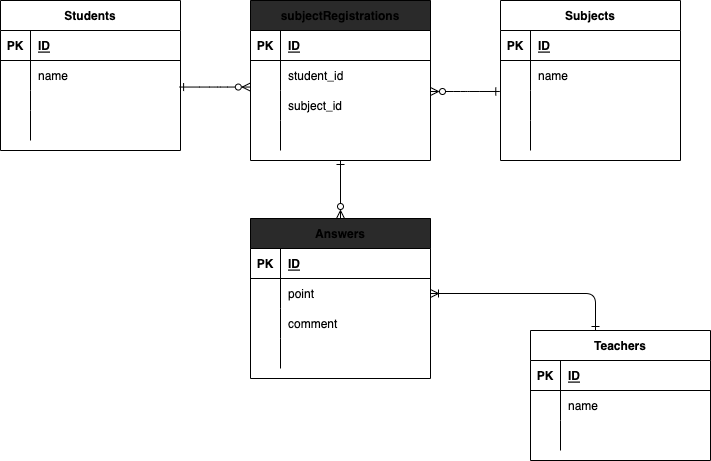
The draw.io diagram index4.drawio.png in norimasano/coachtech_db_test, before a commit. Source tidied: cells renumbered, new cells last; positions are measured from the earlier drawing's top-left corner, leaving out a move shared by most shapes.
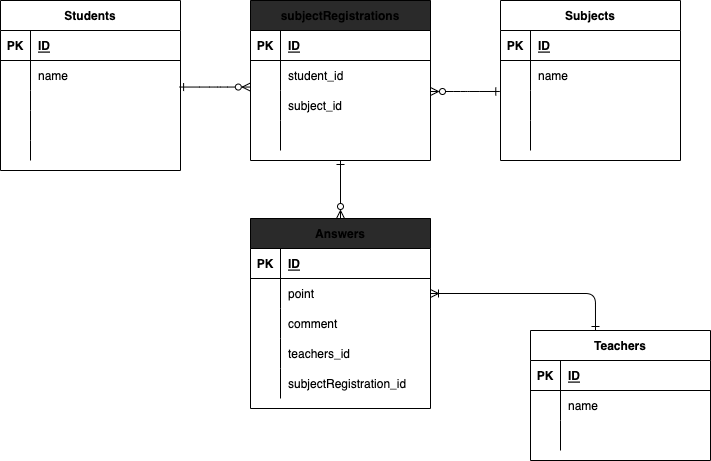
Above is the later version.

The edit, as a diff of the source:
```diff
@@ -3,7 +3,7 @@
     <mxCell id="0" />
     <mxCell id="1" parent="0" />
     <mxCell id="2" value="Students" style="shape=table;startSize=30;rowLines=0;fontStyle=1;align=center;" parent="1" vertex="1">
-      <mxGeometry width="180" height="150" as="geometry" />
+      <mxGeometry width="180" height="170" as="geometry" />
     </mxCell>
     <mxCell id="3" style="shape=partialRectangle;fillColor=none;top=0;left=0;bottom=1;right=0;" parent="2" vertex="1">
       <mxGeometry y="30" width="180" height="30" as="geometry" />
@@ -41,6 +41,15 @@
     <mxCell id="14" style="shape=partialRectangle;fillColor=none;top=0;left=0;bottom=0;right=0;align=left;spacingLeft=6;overflow=hidden;" parent="12" vertex="1">
       <mxGeometry x="30" width="150" height="30" as="geometry" />
     </mxCell>
+    <mxCell id="68" style="shape=partialRectangle;fillColor=none;top=0;left=0;bottom=0;right=0;" parent="2" vertex="1">
+      <mxGeometry y="140" width="180" height="20" as="geometry" />
+    </mxCell>
+    <mxCell id="69" style="shape=partialRectangle;fillColor=none;top=0;left=0;bottom=0;right=0;overflow=hidden;" parent="68" vertex="1">
+      <mxGeometry width="30" height="20" as="geometry" />
+    </mxCell>
+    <mxCell id="70" style="shape=partialRectangle;fillColor=none;top=0;left=0;bottom=0;right=0;align=left;spacingLeft=6;overflow=hidden;" parent="68" vertex="1">
+      <mxGeometry x="30" width="150" height="20" as="geometry" />
+    </mxCell>
     <mxCell id="15" value="Teachers" style="shape=table;startSize=30;rowLines=0;fontStyle=1;align=center;" parent="1" vertex="1">
       <mxGeometry x="530" y="330" width="180" height="130" as="geometry" />
     </mxCell>
@@ -158,7 +167,7 @@
       </mxGeometry>
     </mxCell>
     <mxCell id="53" value="Answers" style="shape=table;startSize=30;rowLines=0;fontStyle=1;align=center;fillColor=#2A2A2A;" parent="1" vertex="1">
-      <mxGeometry x="250" y="218" width="180" height="160" as="geometry" />
+      <mxGeometry x="250" y="218" width="180" height="190" as="geometry" />
     </mxCell>
     <mxCell id="54" style="shape=partialRectangle;fillColor=none;top=0;left=0;bottom=1;right=0;" parent="53" vertex="1">
       <mxGeometry y="30" width="180" height="30" as="geometry" />
@@ -193,9 +202,18 @@
     <mxCell id="64" style="shape=partialRectangle;fillColor=none;top=0;left=0;bottom=0;right=0;overflow=hidden;" parent="63" vertex="1">
       <mxGeometry width="30" height="30" as="geometry" />
     </mxCell>
-    <mxCell id="65" style="shape=partialRectangle;fillColor=none;top=0;left=0;bottom=0;right=0;align=left;spacingLeft=6;overflow=hidden;" parent="63" vertex="1">
+    <mxCell id="65" value="teachers_id" style="shape=partialRectangle;fillColor=none;top=0;left=0;bottom=0;right=0;align=left;spacingLeft=6;overflow=hidden;" parent="63" vertex="1">
       <mxGeometry x="30" width="150" height="30" as="geometry" />
     </mxCell>
+    <mxCell id="71" style="shape=partialRectangle;fillColor=none;top=0;left=0;bottom=0;right=0;" parent="53" vertex="1">
+      <mxGeometry y="150" width="180" height="30" as="geometry" />
+    </mxCell>
+    <mxCell id="72" style="shape=partialRectangle;fillColor=none;top=0;left=0;bottom=0;right=0;overflow=hidden;" parent="71" vertex="1">
+      <mxGeometry width="30" height="30" as="geometry" />
+    </mxCell>
+    <mxCell id="73" value="subjectRegistration_id" style="shape=partialRectangle;fillColor=none;top=0;left=0;bottom=0;right=0;align=left;spacingLeft=6;overflow=hidden;" parent="71" vertex="1">
+      <mxGeometry x="30" width="150" height="30" as="geometry" />
+    </mxCell>
     <mxCell id="66" style="fontSize=12;html=1;endArrow=ERzeroToMany;endFill=0;entryX=0.5;entryY=0;entryDx=0;entryDy=0;exitX=0.5;exitY=1;exitDx=0;exitDy=0;startArrow=ERone;startFill=0;" parent="1" edge="1" source="39" target="53">
       <mxGeometry relative="1" as="geometry" />
     </mxCell>
```
